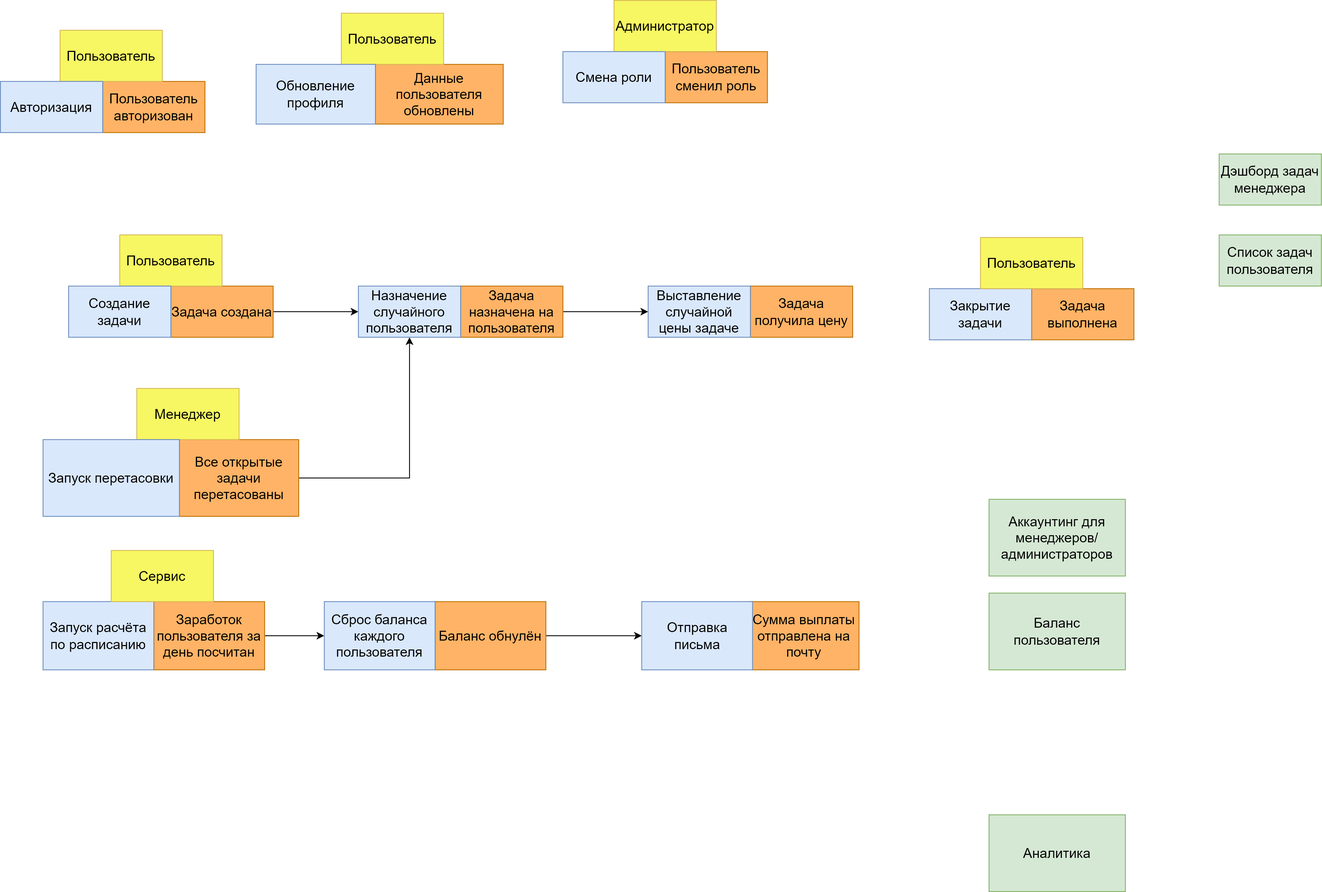
Earlier version of the draw.io export docs/architecture/event_storming.png (sensiarion/async_arch_course). Source tidied: cells renumbered, new cells last; positions are measured from the earlier drawing's top-left corner, leaving out a move shared by most shapes.
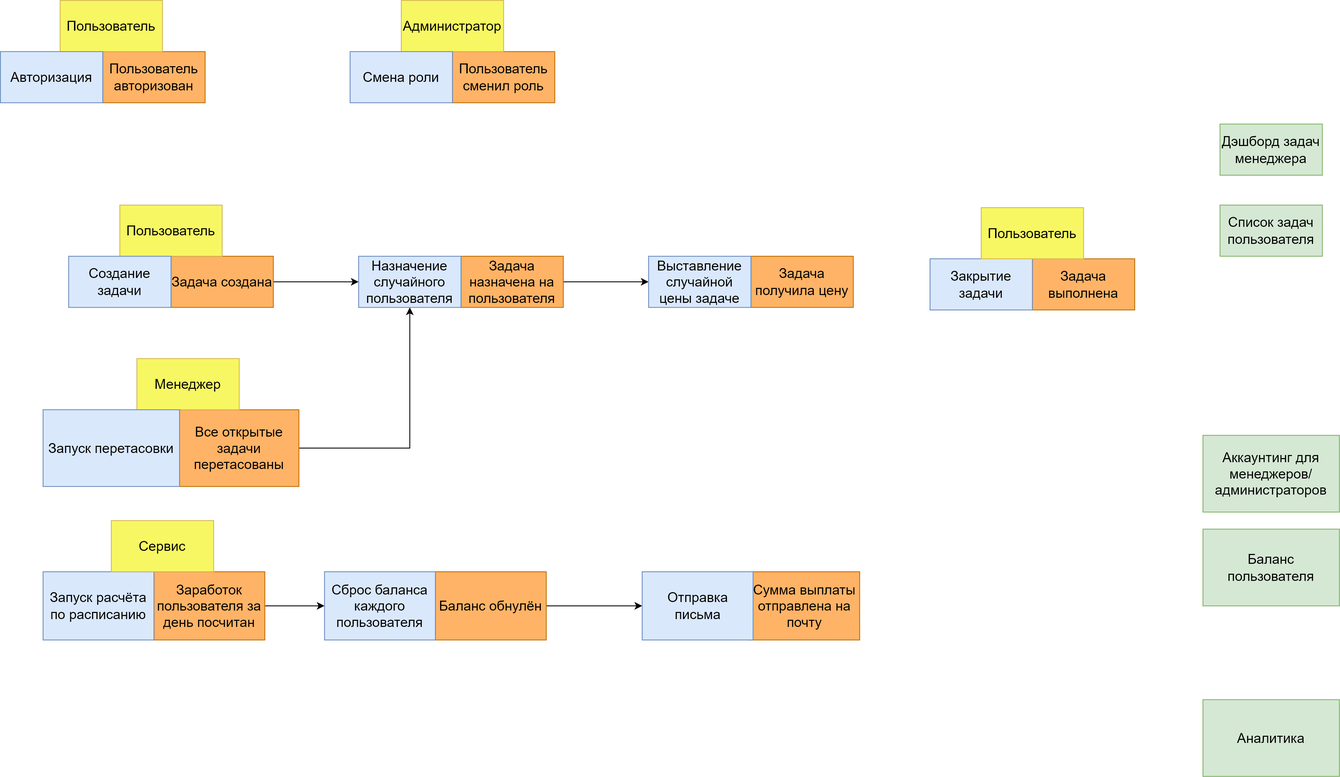
The same diagram one commit later.

Commit message:
Add daily report entity; remove user info update from business events

What changed in the source:
```diff
@@ -2,13 +2,13 @@
   <root>
     <mxCell id="0" />
     <mxCell id="1" parent="0" />
-    <mxCell id="2" style="edgeStyle=orthogonalEdgeStyle;rounded=0;jettySize=auto;html=1;exitX=1;exitY=0.5;exitDx=0;exitDy=0;fontSize=36;fontColor=#000000;startArrow=none;startFill=0;endArrow=classic;endFill=1;" parent="1" edge="1" source="3" target="25">
+    <mxCell id="2" style="edgeStyle=orthogonalEdgeStyle;rounded=0;jettySize=auto;html=1;exitX=1;exitY=0.5;exitDx=0;exitDy=0;fontSize=36;fontColor=#000000;startArrow=none;startFill=0;endArrow=classic;endFill=1;" parent="1" edge="1" source="3" target="22">
       <mxGeometry relative="1" as="geometry" />
     </mxCell>
     <mxCell id="3" value="Задача создана" style="rounded=0;whiteSpace=wrap;html=1;fillColor=#FFB366;strokeColor=#BD7000;fontColor=#000000;fontSize=16;" parent="1" vertex="1">
       <mxGeometry x="200" y="335" width="120" height="60" as="geometry" />
     </mxCell>
-    <mxCell id="4" style="edgeStyle=orthogonalEdgeStyle;rounded=0;jettySize=auto;html=1;exitX=1;exitY=0.5;exitDx=0;exitDy=0;fontSize=36;fontColor=#000000;startArrow=none;startFill=0;endArrow=classic;endFill=1;" parent="1" edge="1" source="5" target="35">
+    <mxCell id="4" style="edgeStyle=orthogonalEdgeStyle;rounded=0;jettySize=auto;html=1;exitX=1;exitY=0.5;exitDx=0;exitDy=0;fontSize=36;fontColor=#000000;startArrow=none;startFill=0;endArrow=classic;endFill=1;" parent="1" edge="1" source="5" target="32">
       <mxGeometry relative="1" as="geometry" />
     </mxCell>
     <mxCell id="5" value="Задача назначена на пользователя" style="rounded=0;whiteSpace=wrap;html=1;fillColor=#FFB366;strokeColor=#BD7000;fontColor=#000000;fontSize=16;" parent="1" vertex="1">
@@ -17,13 +17,13 @@
     <mxCell id="6" value="Задача выполнена" style="rounded=0;whiteSpace=wrap;html=1;fillColor=#FFB366;strokeColor=#BD7000;fontColor=#000000;fontSize=16;" parent="1" vertex="1">
       <mxGeometry x="1210" y="338" width="120" height="60" as="geometry" />
     </mxCell>
-    <mxCell id="7" style="edgeStyle=orthogonalEdgeStyle;rounded=0;jettySize=auto;html=1;exitX=1;exitY=0.5;exitDx=0;exitDy=0;fontSize=36;fontColor=#000000;startArrow=none;startFill=0;endArrow=classic;endFill=1;" parent="1" edge="1" source="8" target="25">
+    <mxCell id="7" style="edgeStyle=orthogonalEdgeStyle;rounded=0;jettySize=auto;html=1;exitX=1;exitY=0.5;exitDx=0;exitDy=0;fontSize=36;fontColor=#000000;startArrow=none;startFill=0;endArrow=classic;endFill=1;" parent="1" edge="1" source="8" target="22">
       <mxGeometry relative="1" as="geometry" />
     </mxCell>
     <mxCell id="8" value="Все открытые задачи перетасованы" style="rounded=0;whiteSpace=wrap;html=1;fillColor=#FFB366;strokeColor=#BD7000;fontColor=#000000;fontSize=16;" parent="1" vertex="1">
       <mxGeometry x="210" y="515" width="140" height="90" as="geometry" />
     </mxCell>
-    <mxCell id="9" style="edgeStyle=orthogonalEdgeStyle;rounded=0;jettySize=auto;html=1;exitX=1;exitY=0.5;exitDx=0;exitDy=0;fontSize=36;fontColor=#000000;startArrow=none;startFill=0;endArrow=classic;endFill=1;" parent="1" edge="1" source="10" target="31">
+    <mxCell id="9" style="edgeStyle=orthogonalEdgeStyle;rounded=0;jettySize=auto;html=1;exitX=1;exitY=0.5;exitDx=0;exitDy=0;fontSize=36;fontColor=#000000;startArrow=none;startFill=0;endArrow=classic;endFill=1;" parent="1" edge="1" source="10" target="28">
       <mxGeometry relative="1" as="geometry" />
     </mxCell>
     <mxCell id="10" value="Заработок пользователя за день посчитан" style="rounded=0;whiteSpace=wrap;html=1;fillColor=#FFB366;strokeColor=#BD7000;fontColor=#000000;fontSize=16;" parent="1" vertex="1">
@@ -32,7 +32,7 @@
     <mxCell id="11" value="Сумма выплаты отправлена на почту" style="rounded=0;whiteSpace=wrap;html=1;fillColor=#FFB366;strokeColor=#BD7000;fontColor=#000000;fontSize=16;" parent="1" vertex="1">
       <mxGeometry x="877.5" y="705" width="130" height="80" as="geometry" />
     </mxCell>
-    <mxCell id="12" style="edgeStyle=orthogonalEdgeStyle;rounded=0;jettySize=auto;html=1;exitX=1;exitY=0.5;exitDx=0;exitDy=0;fontSize=36;fontColor=#000000;startArrow=none;startFill=0;endArrow=classic;endFill=1;" parent="1" edge="1" source="13" target="32">
+    <mxCell id="12" style="edgeStyle=orthogonalEdgeStyle;rounded=0;jettySize=auto;html=1;exitX=1;exitY=0.5;exitDx=0;exitDy=0;fontSize=36;fontColor=#000000;startArrow=none;startFill=0;endArrow=classic;endFill=1;" parent="1" edge="1" source="13" target="29">
       <mxGeometry relative="1" as="geometry" />
     </mxCell>
     <mxCell id="13" value="Баланс обнулён" style="rounded=0;whiteSpace=wrap;html=1;fillColor=#FFB366;strokeColor=#BD7000;fontColor=#000000;fontSize=16;" parent="1" vertex="1">
@@ -41,83 +41,74 @@
     <mxCell id="14" value="Пользователь авторизован" style="rounded=0;whiteSpace=wrap;html=1;fillColor=#FFB366;strokeColor=#BD7000;fontColor=#000000;fontSize=16;" parent="1" vertex="1">
       <mxGeometry x="120" y="95" width="120" height="60" as="geometry" />
     </mxCell>
-    <mxCell id="15" value="Данные пользователя обновлены" style="rounded=0;whiteSpace=wrap;html=1;fillColor=#FFB366;strokeColor=#BD7000;fontColor=#000000;fontSize=16;" parent="1" vertex="1">
-      <mxGeometry x="440" y="75" width="150" height="70" as="geometry" />
+    <mxCell id="15" value="Пользователь сменил роль" style="rounded=0;whiteSpace=wrap;html=1;fillColor=#FFB366;strokeColor=#BD7000;fontColor=#000000;fontSize=16;" parent="1" vertex="1">
+      <mxGeometry x="530" y="95" width="120" height="60" as="geometry" />
     </mxCell>
-    <mxCell id="16" value="Пользователь сменил роль" style="rounded=0;whiteSpace=wrap;html=1;fillColor=#FFB366;strokeColor=#BD7000;fontColor=#000000;fontSize=16;" parent="1" vertex="1">
-      <mxGeometry x="780" y="60" width="120" height="60" as="geometry" />
+    <mxCell id="16" value="Пользователь" style="rounded=0;whiteSpace=wrap;html=1;fillColor=#F7F763;strokeColor=#d6b656;fontSize=16;" parent="1" vertex="1">
+      <mxGeometry x="70" y="35" width="120" height="60" as="geometry" />
     </mxCell>
-    <mxCell id="17" value="Пользователь" style="rounded=0;whiteSpace=wrap;html=1;fillColor=#F7F763;strokeColor=#d6b656;fontSize=16;" parent="1" vertex="1">
-      <mxGeometry x="70" y="35" width="120" height="60" as="geometry" />
+    <mxCell id="17" value="Авторизация" style="rounded=0;whiteSpace=wrap;html=1;fillColor=#dae8fc;strokeColor=#6c8ebf;fontSize=16;" parent="1" vertex="1">
+      <mxGeometry y="95" width="120" height="60" as="geometry" />
     </mxCell>
-    <mxCell id="18" value="Авторизация" style="rounded=0;whiteSpace=wrap;html=1;fillColor=#dae8fc;strokeColor=#6c8ebf;fontSize=16;" parent="1" vertex="1">
-      <mxGeometry y="95" width="120" height="60" as="geometry" />
+    <mxCell id="18" value="Администратор" style="rounded=0;whiteSpace=wrap;html=1;fillColor=#F7F763;strokeColor=#d6b656;fontSize=16;" parent="1" vertex="1">
+      <mxGeometry x="470" y="35" width="120" height="60" as="geometry" />
     </mxCell>
-    <mxCell id="19" value="Пользователь" style="rounded=0;whiteSpace=wrap;html=1;fillColor=#F7F763;strokeColor=#d6b656;fontSize=16;" parent="1" vertex="1">
-      <mxGeometry x="400" y="15" width="120" height="60" as="geometry" />
+    <mxCell id="19" value="Смена роли" style="rounded=0;whiteSpace=wrap;html=1;fillColor=#dae8fc;strokeColor=#6c8ebf;fontSize=16;" parent="1" vertex="1">
+      <mxGeometry x="410" y="95" width="120" height="60" as="geometry" />
     </mxCell>
-    <mxCell id="20" value="Обновление профиля" style="rounded=0;whiteSpace=wrap;html=1;fillColor=#dae8fc;strokeColor=#6c8ebf;fontSize=16;" parent="1" vertex="1">
-      <mxGeometry x="300" y="75" width="140" height="70" as="geometry" />
+    <mxCell id="20" value="Пользователь" style="rounded=0;whiteSpace=wrap;html=1;fillColor=#F7F763;strokeColor=#d6b656;fontSize=16;" parent="1" vertex="1">
+      <mxGeometry x="140" y="275" width="120" height="60" as="geometry" />
     </mxCell>
-    <mxCell id="21" value="Администратор" style="rounded=0;whiteSpace=wrap;html=1;fillColor=#F7F763;strokeColor=#d6b656;fontSize=16;" parent="1" vertex="1">
-      <mxGeometry x="720" width="120" height="60" as="geometry" />
+    <mxCell id="21" value="Создание задачи" style="rounded=0;whiteSpace=wrap;html=1;fillColor=#dae8fc;strokeColor=#6c8ebf;fontSize=16;" parent="1" vertex="1">
+      <mxGeometry x="80" y="335" width="120" height="60" as="geometry" />
     </mxCell>
-    <mxCell id="22" value="Смена роли" style="rounded=0;whiteSpace=wrap;html=1;fillColor=#dae8fc;strokeColor=#6c8ebf;fontSize=16;" parent="1" vertex="1">
-      <mxGeometry x="660" y="60" width="120" height="60" as="geometry" />
+    <mxCell id="22" value="Назначение случайного пользователя" style="rounded=0;whiteSpace=wrap;html=1;fillColor=#dae8fc;strokeColor=#6c8ebf;fontSize=16;" parent="1" vertex="1">
+      <mxGeometry x="420" y="335" width="120" height="60" as="geometry" />
     </mxCell>
-    <mxCell id="23" value="Пользователь" style="rounded=0;whiteSpace=wrap;html=1;fillColor=#F7F763;strokeColor=#d6b656;fontSize=16;" parent="1" vertex="1">
-      <mxGeometry x="140" y="275" width="120" height="60" as="geometry" />
+    <mxCell id="23" value="Закрытие задачи" style="rounded=0;whiteSpace=wrap;html=1;fillColor=#dae8fc;strokeColor=#6c8ebf;fontSize=16;" parent="1" vertex="1">
+      <mxGeometry x="1090" y="338" width="120" height="60" as="geometry" />
     </mxCell>
-    <mxCell id="24" value="Создание задачи" style="rounded=0;whiteSpace=wrap;html=1;fillColor=#dae8fc;strokeColor=#6c8ebf;fontSize=16;" parent="1" vertex="1">
-      <mxGeometry x="80" y="335" width="120" height="60" as="geometry" />
+    <mxCell id="24" value="Пользователь" style="rounded=0;whiteSpace=wrap;html=1;fillColor=#F7F763;strokeColor=#d6b656;fontSize=16;" parent="1" vertex="1">
+      <mxGeometry x="1150" y="278" width="120" height="60" as="geometry" />
     </mxCell>
-    <mxCell id="25" value="Назначение случайного пользователя" style="rounded=0;whiteSpace=wrap;html=1;fillColor=#dae8fc;strokeColor=#6c8ebf;fontSize=16;" parent="1" vertex="1">
-      <mxGeometry x="420" y="335" width="120" height="60" as="geometry" />
+    <mxCell id="25" value="Менеджер" style="rounded=0;whiteSpace=wrap;html=1;fillColor=#F7F763;strokeColor=#d6b656;fontSize=16;" parent="1" vertex="1">
+      <mxGeometry x="160" y="455" width="120" height="60" as="geometry" />
     </mxCell>
-    <mxCell id="26" value="Закрытие задачи" style="rounded=0;whiteSpace=wrap;html=1;fillColor=#dae8fc;strokeColor=#6c8ebf;fontSize=16;" parent="1" vertex="1">
-      <mxGeometry x="1090" y="338" width="120" height="60" as="geometry" />
+    <mxCell id="26" value="Запуск перетасовки" style="rounded=0;whiteSpace=wrap;html=1;fillColor=#dae8fc;strokeColor=#6c8ebf;fontSize=16;" parent="1" vertex="1">
+      <mxGeometry x="50" y="515" width="160" height="90" as="geometry" />
     </mxCell>
-    <mxCell id="27" value="Пользователь" style="rounded=0;whiteSpace=wrap;html=1;fillColor=#F7F763;strokeColor=#d6b656;fontSize=16;" parent="1" vertex="1">
-      <mxGeometry x="1150" y="278" width="120" height="60" as="geometry" />
+    <mxCell id="27" value="Запуск расчёта по расписанию" style="rounded=0;whiteSpace=wrap;html=1;fillColor=#dae8fc;strokeColor=#6c8ebf;fontSize=16;" parent="1" vertex="1">
+      <mxGeometry x="50" y="705" width="130" height="80" as="geometry" />
     </mxCell>
-    <mxCell id="28" value="Менеджер" style="rounded=0;whiteSpace=wrap;html=1;fillColor=#F7F763;strokeColor=#d6b656;fontSize=16;" parent="1" vertex="1">
-      <mxGeometry x="160" y="455" width="120" height="60" as="geometry" />
+    <mxCell id="28" value="Сброс баланса каждого пользователя" style="rounded=0;whiteSpace=wrap;html=1;fillColor=#dae8fc;strokeColor=#6c8ebf;fontSize=16;" parent="1" vertex="1">
+      <mxGeometry x="380" y="705" width="130" height="80" as="geometry" />
     </mxCell>
-    <mxCell id="29" value="Запуск перетасовки" style="rounded=0;whiteSpace=wrap;html=1;fillColor=#dae8fc;strokeColor=#6c8ebf;fontSize=16;" parent="1" vertex="1">
-      <mxGeometry x="50" y="515" width="160" height="90" as="geometry" />
+    <mxCell id="29" value="Отправка письма" style="rounded=0;whiteSpace=wrap;html=1;fillColor=#dae8fc;strokeColor=#6c8ebf;fontSize=16;" parent="1" vertex="1">
+      <mxGeometry x="752.5" y="705" width="130" height="80" as="geometry" />
     </mxCell>
-    <mxCell id="30" value="Запуск расчёта по расписанию" style="rounded=0;whiteSpace=wrap;html=1;fillColor=#dae8fc;strokeColor=#6c8ebf;fontSize=16;" parent="1" vertex="1">
-      <mxGeometry x="50" y="705" width="130" height="80" as="geometry" />
+    <mxCell id="30" value="Сервис" style="rounded=0;whiteSpace=wrap;html=1;fillColor=#F7F763;strokeColor=#d6b656;fontSize=16;" parent="1" vertex="1">
+      <mxGeometry x="130" y="645" width="120" height="60" as="geometry" />
     </mxCell>
-    <mxCell id="31" value="Сброс баланса каждого пользователя" style="rounded=0;whiteSpace=wrap;html=1;fillColor=#dae8fc;strokeColor=#6c8ebf;fontSize=16;" parent="1" vertex="1">
-      <mxGeometry x="380" y="705" width="130" height="80" as="geometry" />
+    <mxCell id="31" value="Задача получила цену" style="rounded=0;whiteSpace=wrap;html=1;fillColor=#FFB366;strokeColor=#BD7000;fontColor=#000000;fontSize=16;" parent="1" vertex="1">
+      <mxGeometry x="880" y="335" width="120" height="60" as="geometry" />
     </mxCell>
-    <mxCell id="32" value="Отправка письма" style="rounded=0;whiteSpace=wrap;html=1;fillColor=#dae8fc;strokeColor=#6c8ebf;fontSize=16;" parent="1" vertex="1">
-      <mxGeometry x="752.5" y="705" width="130" height="80" as="geometry" />
+    <mxCell id="32" value="Выставление случайной цены задаче" style="rounded=0;whiteSpace=wrap;html=1;fillColor=#dae8fc;strokeColor=#6c8ebf;fontSize=16;" parent="1" vertex="1">
+      <mxGeometry x="760" y="335" width="120" height="60" as="geometry" />
     </mxCell>
-    <mxCell id="33" value="Сервис" style="rounded=0;whiteSpace=wrap;html=1;fillColor=#F7F763;strokeColor=#d6b656;fontSize=16;" parent="1" vertex="1">
-      <mxGeometry x="130" y="645" width="120" height="60" as="geometry" />
+    <mxCell id="33" value="Дэшборд задач менеджера" style="rounded=0;whiteSpace=wrap;html=1;fillColor=#d5e8d4;strokeColor=#82b366;fontSize=16;" parent="1" vertex="1">
+      <mxGeometry x="1430" y="180" width="120" height="60" as="geometry" />
     </mxCell>
-    <mxCell id="34" value="Задача получила цену" style="rounded=0;whiteSpace=wrap;html=1;fillColor=#FFB366;strokeColor=#BD7000;fontColor=#000000;fontSize=16;" parent="1" vertex="1">
-      <mxGeometry x="880" y="335" width="120" height="60" as="geometry" />
+    <mxCell id="34" value="Список задач пользователя" style="rounded=0;whiteSpace=wrap;html=1;fillColor=#d5e8d4;strokeColor=#82b366;fontSize=16;" parent="1" vertex="1">
+      <mxGeometry x="1430" y="275" width="120" height="60" as="geometry" />
     </mxCell>
-    <mxCell id="35" value="Выставление случайной цены задаче" style="rounded=0;whiteSpace=wrap;html=1;fillColor=#dae8fc;strokeColor=#6c8ebf;fontSize=16;" parent="1" vertex="1">
-      <mxGeometry x="760" y="335" width="120" height="60" as="geometry" />
+    <mxCell id="35" value="Аккаунтинг для менеджеров/администраторов" style="rounded=0;whiteSpace=wrap;html=1;fillColor=#d5e8d4;strokeColor=#82b366;fontSize=16;" parent="1" vertex="1">
+      <mxGeometry x="1410" y="545" width="160" height="90" as="geometry" />
     </mxCell>
-    <mxCell id="36" value="Дэшборд задач менеджера" style="rounded=0;whiteSpace=wrap;html=1;fillColor=#d5e8d4;strokeColor=#82b366;fontSize=16;" parent="1" vertex="1">
-      <mxGeometry x="1430" y="180" width="120" height="60" as="geometry" />
+    <mxCell id="36" value="Баланс пользователя" style="rounded=0;whiteSpace=wrap;html=1;fillColor=#d5e8d4;strokeColor=#82b366;fontSize=16;" parent="1" vertex="1">
+      <mxGeometry x="1410" y="655" width="160" height="90" as="geometry" />
     </mxCell>
-    <mxCell id="37" value="Список задач пользователя" style="rounded=0;whiteSpace=wrap;html=1;fillColor=#d5e8d4;strokeColor=#82b366;fontSize=16;" parent="1" vertex="1">
-      <mxGeometry x="1430" y="275" width="120" height="60" as="geometry" />
+    <mxCell id="37" value="Аналитика" style="rounded=0;whiteSpace=wrap;html=1;fillColor=#d5e8d4;strokeColor=#82b366;fontSize=16;" parent="1" vertex="1">
+      <mxGeometry x="1410" y="855" width="160" height="90" as="geometry" />
     </mxCell>
-    <mxCell id="38" value="Аккаунтинг для менеджеров/администраторов" style="rounded=0;whiteSpace=wrap;html=1;fillColor=#d5e8d4;strokeColor=#82b366;fontSize=16;" parent="1" vertex="1">
-      <mxGeometry x="1160" y="585" width="160" height="90" as="geometry" />
-    </mxCell>
-    <mxCell id="39" value="Баланс пользователя" style="rounded=0;whiteSpace=wrap;html=1;fillColor=#d5e8d4;strokeColor=#82b366;fontSize=16;" parent="1" vertex="1">
-      <mxGeometry x="1160" y="695" width="160" height="90" as="geometry" />
-    </mxCell>
-    <mxCell id="40" value="Аналитика" style="rounded=0;whiteSpace=wrap;html=1;fillColor=#d5e8d4;strokeColor=#82b366;fontSize=16;" parent="1" vertex="1">
-      <mxGeometry x="1160" y="955" width="160" height="90" as="geometry" />
-    </mxCell>
   </root>
 </mxGraphModel>
```
